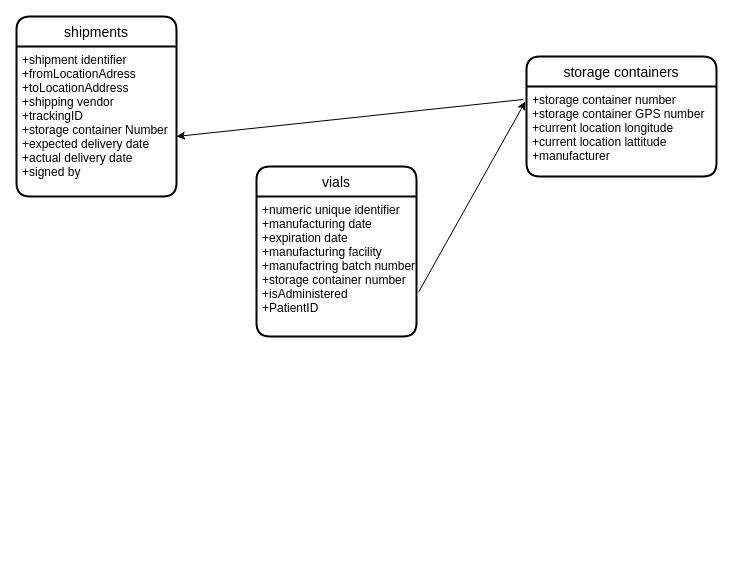
Above: cif23.drawio in vishusandip/SQLAnalysisQueries (draw.io), before the change. Source tidied: cells renumbered, new cells numbered last; positions are measured from the earlier drawing's top-left corner, leaving out a move shared by most shapes. Both pictures are drawn from the tidied source at 100%, with x=0, y=0 at pixel (16, 16).
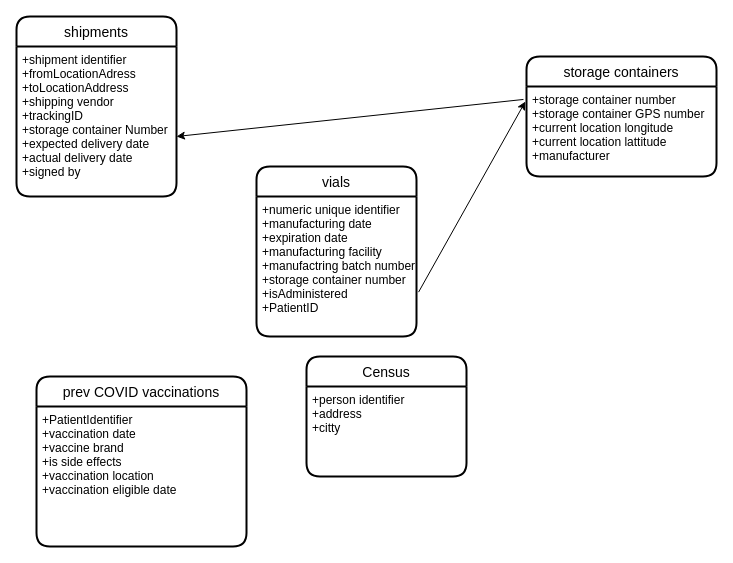
The same page after the edit.

What changed in the source:
```diff
@@
 <mxGraphModel>
   <root>
     <mxCell id="0" />
     <mxCell id="1" parent="0" />
     <mxCell id="2" value="vials" style="swimlane;horizontal=1;startSize=30;rounded=1;fontSize=14;fontStyle=0;strokeWidth=2;shadow=0;dashed=0;align=center;" parent="1" vertex="1">
       <mxGeometry x="240" y="150" width="160" height="170" as="geometry" />
     </mxCell>
     <mxCell id="3" value="+numeric unique identifier&#10;+manufacturing date&#10;+expiration date&#10;+manufacturing facility&#10;+manufactring batch number&#10;+storage container number&#10;+isAdministered&#10;+PatientID" style="align=left;strokeColor=none;fillColor=none;spacingLeft=4;fontSize=12;verticalAlign=top;" parent="2" vertex="1">
       <mxGeometry y="30" width="160" height="140" as="geometry" />
     </mxCell>
     <mxCell id="4" value="storage containers" style="swimlane;horizontal=1;startSize=30;rounded=1;fontSize=14;fontStyle=0;strokeWidth=2;shadow=0;dashed=0;align=center;" parent="1" vertex="1">
       <mxGeometry x="510" y="40" width="190" height="120" as="geometry" />
     </mxCell>
     <mxCell id="5" value="+storage container number&#10;+storage container GPS number&#10;+current location longitude&#10;+current location lattitude&#10;+manufacturer" style="align=left;strokeColor=none;fillColor=none;spacingLeft=4;fontSize=12;verticalAlign=top;" parent="4" vertex="1">
       <mxGeometry y="30" width="190" height="90" as="geometry" />
     </mxCell>
     <mxCell id="6" style="endArrow=classic;html=1;rounded=0;exitX=1.013;exitY=0.683;exitDx=0;exitDy=0;exitPerimeter=0;entryX=-0.006;entryY=0.167;entryDx=0;entryDy=0;entryPerimeter=0;" parent="1" edge="1" source="3" target="5">
       <mxGeometry relative="1" as="geometry" />
     </mxCell>
     <mxCell id="7" value="shipments" style="swimlane;horizontal=1;startSize=30;rounded=1;fontSize=14;fontStyle=0;strokeWidth=2;shadow=0;dashed=0;align=center;" parent="1" vertex="1">
       <mxGeometry width="160" height="180" as="geometry" />
     </mxCell>
     <mxCell id="8" value="+shipment identifier&#10;+fromLocationAdress&#10;+toLocationAddress&#10;+shipping vendor&#10;+trackingID&#10;+storage container Number&#10;+expected delivery date&#10;+actual delivery date&#10;+signed by" style="align=left;strokeColor=none;fillColor=none;spacingLeft=4;fontSize=12;verticalAlign=top;" parent="7" vertex="1">
       <mxGeometry y="30" width="160" height="150" as="geometry" />
     </mxCell>
     <mxCell id="9" style="endArrow=classic;html=1;rounded=0;exitX=-0.016;exitY=0.144;exitDx=0;exitDy=0;exitPerimeter=0;entryX=1;entryY=0.6;entryDx=0;entryDy=0;entryPerimeter=0;" parent="1" edge="1" source="5" target="8">
       <mxGeometry relative="1" as="geometry" />
     </mxCell>
+    <mxCell id="10" value="prev COVID vaccinations" style="swimlane;horizontal=1;startSize=30;rounded=1;fontSize=14;fontStyle=0;strokeWidth=2;shadow=0;dashed=0;align=center;" parent="1" vertex="1">
+      <mxGeometry x="20" y="360" width="210" height="170" as="geometry" />
+    </mxCell>
+    <mxCell id="11" value="+PatientIdentifier&#10;+vaccination date&#10;+vaccine brand&#10;+is side effects&#10;+vaccination location&#10;+vaccination eligible date" style="align=left;strokeColor=none;fillColor=none;spacingLeft=4;fontSize=12;verticalAlign=top;" parent="10" vertex="1">
+      <mxGeometry y="30" width="210" height="140" as="geometry" />
+    </mxCell>
+    <mxCell id="12" value="Census" style="swimlane;horizontal=1;startSize=30;rounded=1;fontSize=14;fontStyle=0;strokeWidth=2;shadow=0;dashed=0;align=center;" parent="1" vertex="1">
+      <mxGeometry x="290" y="340" width="160" height="120" as="geometry" />
+    </mxCell>
+    <mxCell id="13" value="+person identifier&#10;+address&#10;+citty" style="align=left;strokeColor=none;fillColor=none;spacingLeft=4;fontSize=12;verticalAlign=top;" parent="12" vertex="1">
+      <mxGeometry y="30" width="160" height="90" as="geometry" />
+    </mxCell>
   </root>
 </mxGraphModel>
```
